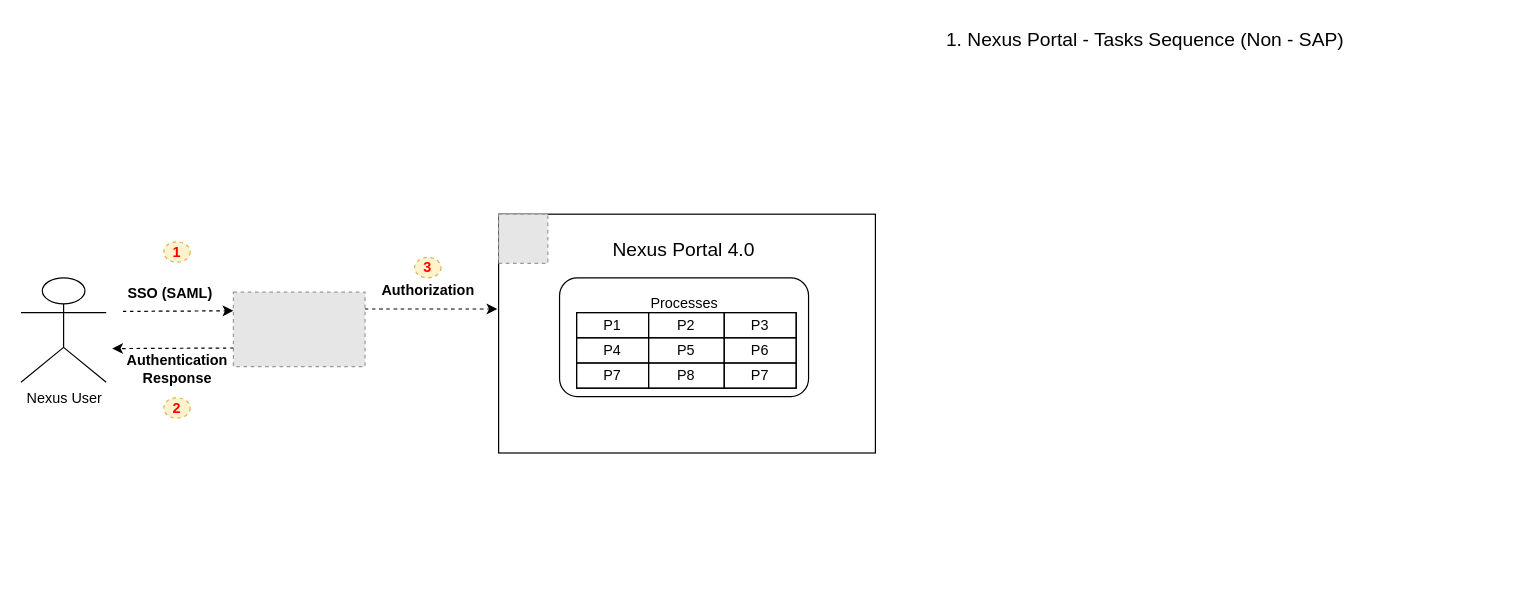
karthiksm2703siemens/Nexus-4.0-Diagrams keeps this draw.io diagram as page "Nexus Tasks - Life Cycle" (1 of 2) of Nexus 4.0 Consulting.drawio. Above is the earlier version. Source tidied: cells renumbered, new cells numbered last; positions are measured from the earlier drawing's top-left corner, leaving out a move shared by most shapes. Both pictures are drawn from the tidied source at 120%, with x=0, y=0 at pixel (20, 20). Pictures stored in the file or linked from it are replaced by grey dashed boxes.
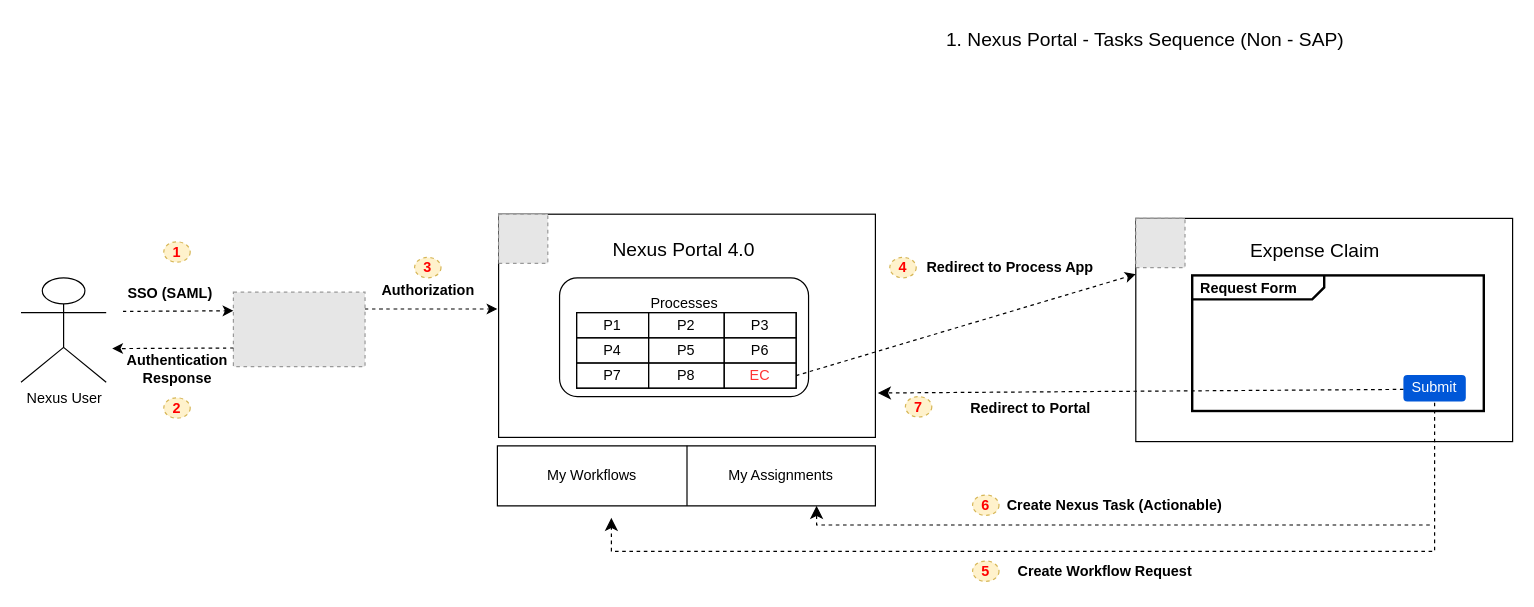
After the change.

Unchanged cells that the change refers to:
```xml
<mxCell id="27" style="shape=tableRow;horizontal=0;startSize=0;swimlaneHead=0;swimlaneBody=0;top=0;left=0;bottom=0;right=0;fontStyle=0;fillColor=none;strokeColor=inherit;" parent="18" vertex="1">
  <mxGeometry y="42" width="183" height="21" as="geometry" />
</mxCell>
```

What changed in the source:
```diff
@@
     <mxCell id="2" style="rounded=0;whiteSpace=wrap;html=1;" parent="1" vertex="1">
-      <mxGeometry x="398" y="161" width="314" height="199" as="geometry" />
+      <mxGeometry x="398" y="161" width="314" height="186" as="geometry" />
     </mxCell>
@@
-    <mxCell id="30" value="P7" style="strokeColor=inherit;fillColor=none;align=center;whiteSpace=wrap;html=1;" parent="27" vertex="1">
+    <mxCell id="30" value="&lt;font color=&quot;#ff3333&quot;&gt;EC&lt;/font&gt;" style="strokeColor=inherit;fillColor=none;align=center;whiteSpace=wrap;html=1;" parent="27" vertex="1">
       <mxGeometry x="123" width="60" height="21" as="geometry" />
     </mxCell>
@@
+    <mxCell id="32" style="shape=table;startSize=0;childLayout=tableLayout;" parent="1" vertex="1">
+      <mxGeometry x="397" y="354" width="315" height="50" as="geometry" />
+    </mxCell>
+    <mxCell id="33" style="shape=tableRow;horizontal=0;startSize=0;swimlaneHead=0;swimlaneBody=0;strokeColor=inherit;top=0;left=0;bottom=0;right=0;fillColor=none;" parent="32" vertex="1">
+      <mxGeometry width="315" height="50" as="geometry" />
+    </mxCell>
+    <mxCell id="34" value="My Workflows" style="shape=partialRectangle;html=1;whiteSpace=wrap;strokeColor=inherit;overflow=hidden;fillColor=none;top=0;left=0;bottom=0;right=0;" parent="33" vertex="1">
+      <mxGeometry width="158" height="50" as="geometry" />
+    </mxCell>
+    <mxCell id="35" value="My Assignments" style="shape=partialRectangle;html=1;whiteSpace=wrap;strokeColor=inherit;overflow=hidden;fillColor=none;top=0;left=0;bottom=0;right=0;" parent="33" vertex="1">
+      <mxGeometry x="158" width="157" height="50" as="geometry" />
+    </mxCell>
+    <mxCell id="36" style="rounded=0;whiteSpace=wrap;html=1;" parent="1" vertex="1">
+      <mxGeometry x="929" y="164.5" width="314" height="186" as="geometry" />
+    </mxCell>
+    <mxCell id="37" value="Expense Claim" style="text;strokeColor=none;fillColor=none;html=1;align=center;verticalAlign=middle;whiteSpace=wrap;rounded=0;fontSize=16;" parent="1" vertex="1">
+      <mxGeometry x="1013" y="175.5" width="131" height="30" as="geometry" />
+    </mxCell>
+    <mxCell id="38" style="fillColor=#E6E6E6;strokeColor=#999999;dashed=1;verticalLabelPosition=bottom;verticalAlign=top;" parent="1" vertex="1">
+      <mxGeometry x="929" y="164.5" width="41" height="41" as="geometry" />
+    </mxCell>
+    <mxCell id="39" style="html=1;labelBackgroundColor=#ffffff;startArrow=none;startFill=0;startSize=6;endArrow=classic;endFill=1;endSize=6;jettySize=auto;strokeWidth=1;dashed=1;fontSize=14;rounded=0;curved=1;entryX=0;entryY=0.25;entryDx=0;entryDy=0;exitX=1;exitY=0.5;exitDx=0;exitDy=0;" parent="1" edge="1" source="27" target="36">
+      <mxGeometry relative="1" as="geometry" />
+    </mxCell>
+    <mxCell id="40" value="4" style="ellipse;whiteSpace=wrap;html=1;fontStyle=1;dashed=1;fillColor=#fff2cc;strokeColor=#d6b656;fontColor=#FF0000;" parent="1" vertex="1">
+      <mxGeometry x="724" y="197" width="22" height="17" as="geometry" />
+    </mxCell>
+    <mxCell id="41" value="&lt;p style=&quot;margin:0px;margin-top:4px;margin-left:7px;text-align:left;&quot;&gt;&lt;b&gt;Request Form&lt;/b&gt;&lt;/p&gt;&lt;p style=&quot;margin:0px;margin-top:4px;margin-left:7px;text-align:left;&quot;&gt;&lt;b&gt;&lt;br&gt;&lt;/b&gt;&lt;/p&gt;" style="html=1;shape=mxgraph.sysml.package;overflow=fill;labelX=110;strokeWidth=2;align=center;" parent="1" vertex="1">
+      <mxGeometry x="976" y="212" width="243" height="113" as="geometry" />
+    </mxCell>
+    <mxCell id="42" value="Redirect to Process App" style="text;html=1;align=center;verticalAlign=middle;strokeColor=none;fillColor=none;fontStyle=1;rotation=0;" parent="1" vertex="1">
+      <mxGeometry x="750" y="192.5" width="147" height="26" as="geometry" />
+    </mxCell>
+    <mxCell id="43" value="Submit" style="rounded=1;fillColor=#0057D8;strokeColor=none;html=1;whiteSpace=wrap;fontColor=#ffffff;align=center;verticalAlign=middle;fontStyle=0;fontSize=12;sketch=0;" parent="1" vertex="1">
+      <mxGeometry x="1152" y="295" width="52" height="22" as="geometry" />
+    </mxCell>
+    <mxCell id="44" style="edgeStyle=segmentEdgeStyle;endArrow=classic;html=1;curved=0;rounded=0;endSize=8;startSize=8;fontSize=12;dashed=1;" parent="1" edge="1">
+      <mxGeometry relative="1" as="geometry">
+        <mxPoint x="1174" y="420" as="sourcePoint" />
+        <mxPoint x="663" y="404" as="targetPoint" />
+      </mxGeometry>
+    </mxCell>
+    <mxCell id="45" style="endArrow=none;dashed=1;html=1;rounded=0;fontSize=12;startSize=8;endSize=8;curved=1;entryX=0.5;entryY=1;entryDx=0;entryDy=0;" parent="1" edge="1" target="43">
+      <mxGeometry relative="1" as="geometry">
+        <mxPoint x="1178" y="441" as="sourcePoint" />
+      </mxGeometry>
+    </mxCell>
+    <mxCell id="46" value="5" style="ellipse;whiteSpace=wrap;html=1;fontStyle=1;dashed=1;fillColor=#fff2cc;strokeColor=#d6b656;fontColor=#FF0000;" parent="1" vertex="1">
+      <mxGeometry x="793" y="450" width="22" height="17" as="geometry" />
+    </mxCell>
+    <mxCell id="47" value="Create Workflow Request" style="text;html=1;align=center;verticalAlign=middle;strokeColor=none;fillColor=none;fontStyle=1;rotation=0;" parent="1" vertex="1">
+      <mxGeometry x="825" y="445.5" width="155" height="26" as="geometry" />
+    </mxCell>
+    <mxCell id="48" style="edgeStyle=segmentEdgeStyle;endArrow=classic;html=1;curved=0;rounded=0;endSize=8;startSize=8;fontSize=12;dashed=1;" parent="1" edge="1">
+      <mxGeometry relative="1" as="geometry">
+        <mxPoint x="1176" y="442" as="sourcePoint" />
+        <mxPoint x="492" y="414" as="targetPoint" />
+      </mxGeometry>
+    </mxCell>
+    <mxCell id="49" value="6" style="ellipse;whiteSpace=wrap;html=1;fontStyle=1;dashed=1;fillColor=#fff2cc;strokeColor=#d6b656;fontColor=#FF0000;" parent="1" vertex="1">
+      <mxGeometry x="793" y="395" width="22" height="17" as="geometry" />
+    </mxCell>
+    <mxCell id="50" value="Create Nexus Task (Actionable&lt;span style=&quot;background-color: initial;&quot;&gt;)&lt;/span&gt;" style="text;html=1;align=center;verticalAlign=middle;strokeColor=none;fillColor=none;fontStyle=1;rotation=0;" parent="1" vertex="1">
+      <mxGeometry x="817" y="390.5" width="187" height="26" as="geometry" />
+    </mxCell>
+    <mxCell id="51" style="endArrow=classic;html=1;rounded=0;fontSize=12;startSize=8;endSize=8;curved=1;exitX=0;exitY=0.5;exitDx=0;exitDy=0;dashed=1;" parent="1" edge="1">
+      <mxGeometry relative="1" as="geometry">
+        <mxPoint x="1152" y="307" as="sourcePoint" />
+        <mxPoint x="714" y="310" as="targetPoint" />
+      </mxGeometry>
+    </mxCell>
+    <mxCell id="52" value="7" style="ellipse;whiteSpace=wrap;html=1;fontStyle=1;dashed=1;fillColor=#fff2cc;strokeColor=#d6b656;fontColor=#FF0000;" parent="1" vertex="1">
+      <mxGeometry x="737" y="313" width="22" height="17" as="geometry" />
+    </mxCell>
+    <mxCell id="53" value="Redirect to Portal" style="text;html=1;align=center;verticalAlign=middle;strokeColor=none;fillColor=none;fontStyle=1;rotation=0;" parent="1" vertex="1">
+      <mxGeometry x="785" y="310" width="111" height="26" as="geometry" />
+    </mxCell>
```
